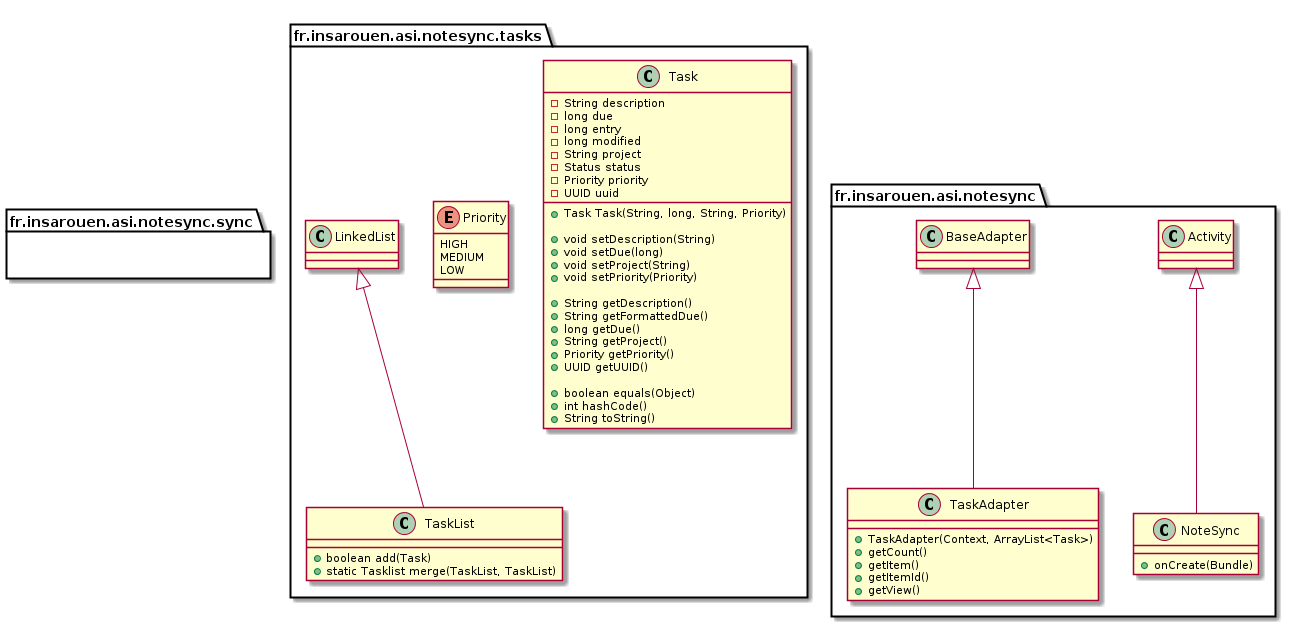
Earlier version of the PlantUML export uml/uml.png (npmiller/syncarnet).
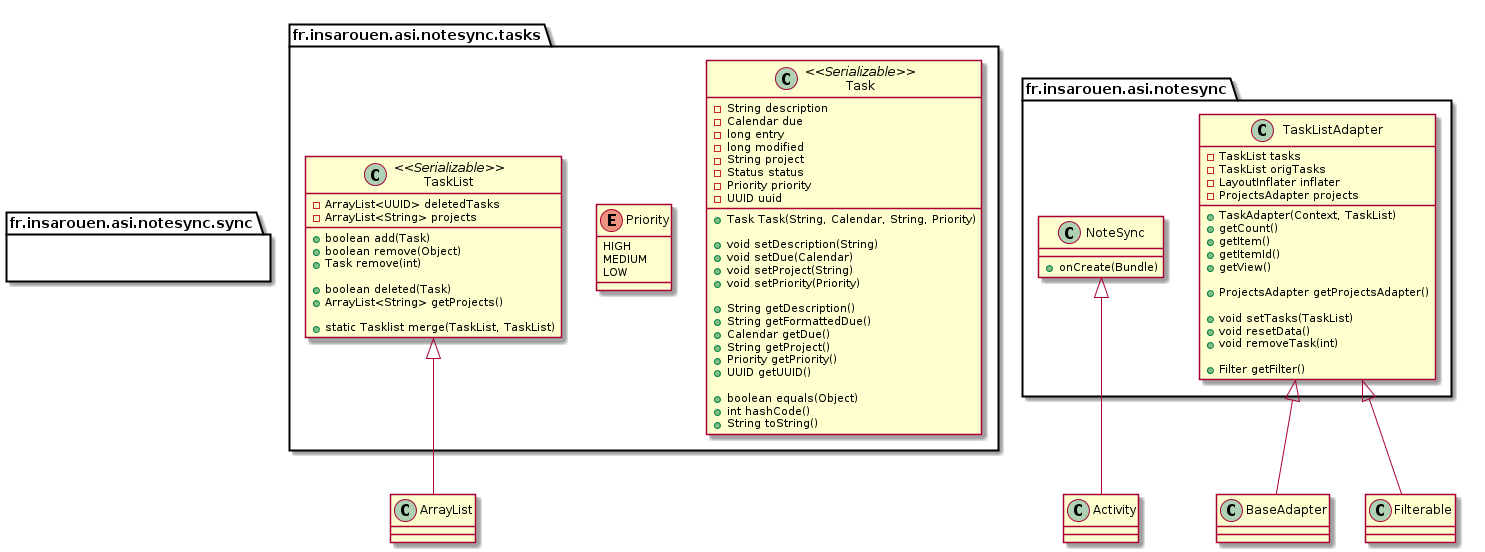
After the commit.

Diff of the diagram source:
```diff
@@ -1,9 +1,9 @@
 @startuml
 
-package fr.insarouen.asi.notesync.tasks
-class Task {
+package fr.insarouen.asi.notesync.tasks {
+class Task <<Serializable>> {
 	-String description
-	-long due
+	-Calendar due
 	-long entry
 	-long modified
 	-String project
@@ -11,16 +11,16 @@
 	-Priority priority
 	-UUID uuid
 
-	+Task Task(String, long, String, Priority)
+	+Task Task(String, Calendar, String, Priority)
 
 	+void setDescription(String)
-	+void setDue(long)
+	+void setDue(Calendar)
 	+void setProject(String)
 	+void setPriority(Priority)
 
 	+String getDescription()
 	+String getFormattedDue()
-	+long getDue()
+	+Calendar getDue()
 	+String getProject()
 	+Priority getPriority()
 	+UUID getUUID()
@@ -36,27 +36,55 @@
 	LOW
 }
 
-class TaskList extends LinkedList {
+class TaskList <<Serializable>> {
+	-ArrayList<UUID> deletedTasks
+	-ArrayList<String> projects
+
 	+boolean add(Task)
+	+boolean remove(Object)
+	+Task remove(int)
+
+	+boolean deleted(Task)
+	+ArrayList<String> getProjects()
+
 	+static Tasklist merge(TaskList, TaskList)
+
 }
-end package
+}
+TaskList <|-- ArrayList
 
-package fr.insarouen.asi.notesync.sync
+package fr.insarouen.asi.notesync.sync {
 
-end package
+}
 
-package fr.insarouen.asi.notesync
-class NoteSync extends Activity {
+package fr.insarouen.asi.notesync {
+class NoteSync {
 	+onCreate(Bundle)
 }
 
-class TaskAdapter extends BaseAdapter {
-	+TaskAdapter(Context, ArrayList<Task>)
+class TaskListAdapter {
+	-TaskList tasks
+	-TaskList origTasks
+	-LayoutInflater inflater
+	-ProjectsAdapter projects
+
+	+TaskAdapter(Context, TaskList)
 	+getCount()
 	+getItem()
 	+getItemId()
 	+getView()
+
+	+ProjectsAdapter getProjectsAdapter()
+
+	+void setTasks(TaskList)
+	+void resetData()
+	+void removeTask(int)
+
+	+Filter getFilter()
 }
-end package
+}
+NoteSync <|-- Activity
+TaskListAdapter <|-- BaseAdapter
+TaskListAdapter <|-- Filterable
+
 @enduml
```
